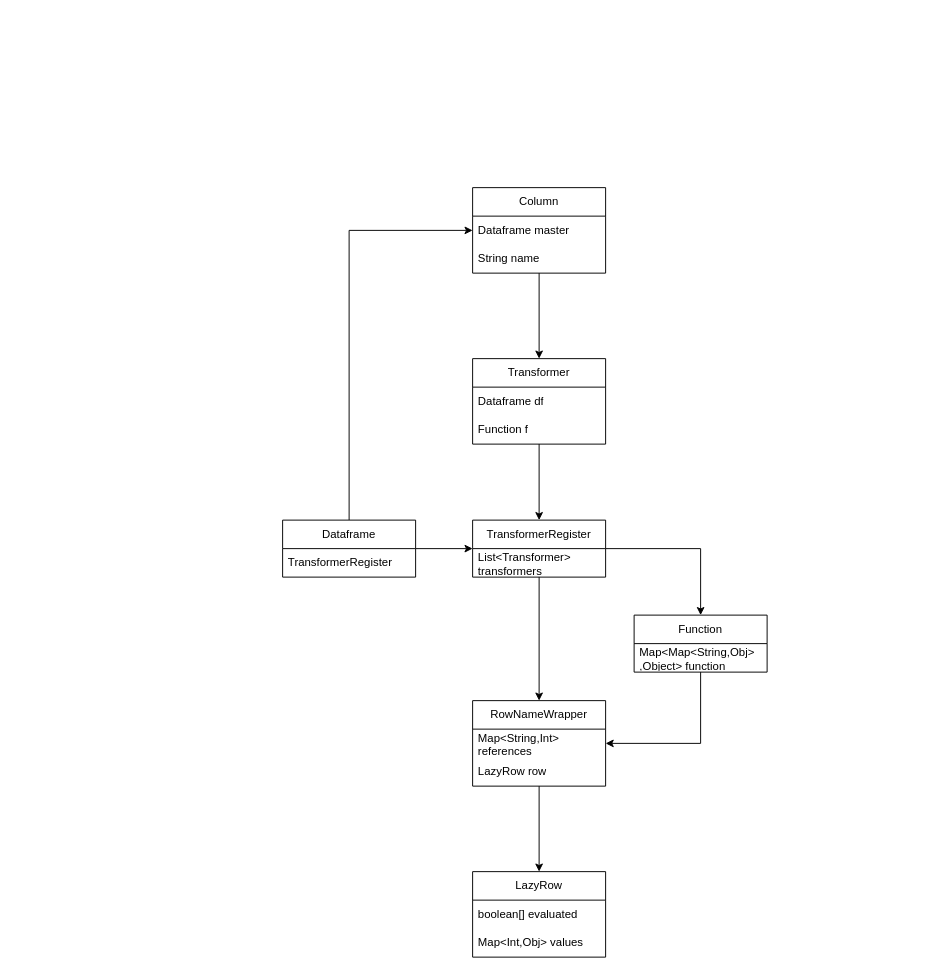
The draw.io diagram src/main/resources/model.drawio in Adrian-92/transformation-dataframe, before the edit. Source tidied: cells renumbered, new cells numbered last; positions are measured from the earlier drawing's top-left corner, leaving out a move shared by most shapes. Both pictures are drawn from the tidied source at 95%, with x=0, y=0 at pixel (282, 187).
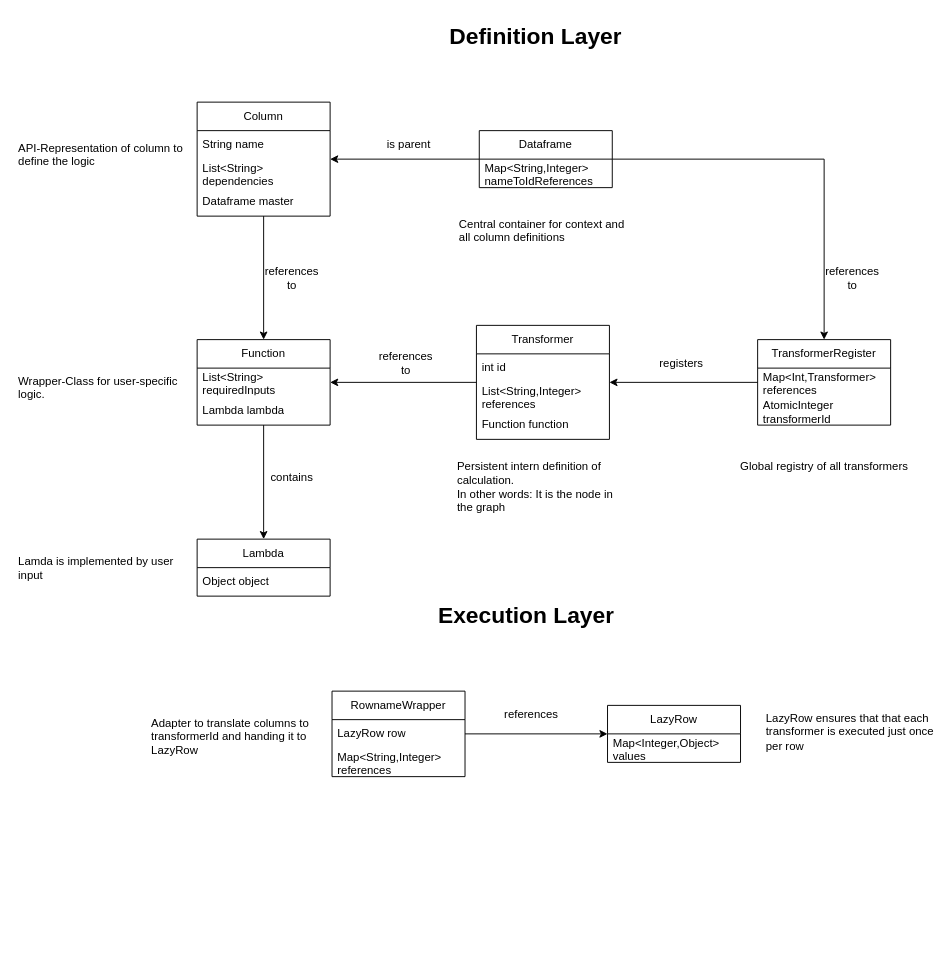
After the change.

Diff of the diagram source:
```diff
@@
-    <mxCell id="2" value="&lt;div&gt;LazyRow&lt;/div&gt;" style="swimlane;fontStyle=0;horizontal=1;startSize=30;whiteSpace=wrap;html=1;" parent="1" vertex="1">
-      <mxGeometry x="200" y="720" width="140" height="90" as="geometry" />
-    </mxCell>
-    <mxCell id="3" value="boolean[] evaluated" style="text;strokeColor=none;fillColor=none;align=left;verticalAlign=middle;spacingLeft=4;spacingRight=4;overflow=hidden;whiteSpace=wrap;html=1;" parent="2" vertex="1">
-      <mxGeometry y="30" width="140" height="30" as="geometry" />
-    </mxCell>
-    <mxCell id="4" value="Map&amp;lt;Int,Obj&amp;gt; values" style="text;strokeColor=none;fillColor=none;align=left;verticalAlign=middle;spacingLeft=4;spacingRight=4;overflow=hidden;whiteSpace=wrap;html=1;" parent="2" vertex="1">
-      <mxGeometry y="60" width="140" height="30" as="geometry" />
-    </mxCell>
-    <mxCell id="5" style="edgeStyle=orthogonalEdgeStyle;rounded=0;jettySize=auto;html=1;entryX=0.5;entryY=0;entryDx=0;entryDy=0;" parent="1" edge="1" source="6" target="2">
-      <mxGeometry relative="1" as="geometry" />
-    </mxCell>
-    <mxCell id="6" value="RowNameWrapper" style="swimlane;fontStyle=0;horizontal=1;startSize=30;whiteSpace=wrap;html=1;" parent="1" vertex="1">
-      <mxGeometry x="200" y="540" width="140" height="90" as="geometry" />
-    </mxCell>
-    <mxCell id="7" value="Map&amp;lt;String,Int&amp;gt; references" style="text;strokeColor=none;fillColor=none;align=left;verticalAlign=middle;spacingLeft=4;spacingRight=4;overflow=hidden;points=[[0,0.5],[1,0.5]];portConstraint=eastwest;whiteSpace=wrap;html=1;" parent="6" vertex="1">
-      <mxGeometry y="30" width="140" height="30" as="geometry" />
-    </mxCell>
-    <mxCell id="8" value="&lt;div&gt;LazyRow row&lt;/div&gt;" style="text;strokeColor=none;fillColor=none;align=left;verticalAlign=middle;spacingLeft=4;spacingRight=4;overflow=hidden;points=[[0,0.5],[1,0.5]];portConstraint=eastwest;whiteSpace=wrap;html=1;" parent="6" vertex="1">
-      <mxGeometry y="60" width="140" height="30" as="geometry" />
-    </mxCell>
-    <mxCell id="9" style="edgeStyle=orthogonalEdgeStyle;rounded=0;jettySize=auto;html=1;entryX=0.5;entryY=0;entryDx=0;entryDy=0;" parent="1" edge="1" source="10" target="22">
-      <mxGeometry relative="1" as="geometry" />
-    </mxCell>
-    <mxCell id="10" value="Transformer" style="swimlane;fontStyle=0;horizontal=1;startSize=30;whiteSpace=wrap;html=1;" parent="1" vertex="1">
-      <mxGeometry x="200" y="180" width="140" height="90" as="geometry" />
-    </mxCell>
-    <mxCell id="11" value="Dataframe df" style="text;strokeColor=none;fillColor=none;align=left;verticalAlign=middle;spacingLeft=4;spacingRight=4;overflow=hidden;whiteSpace=wrap;html=1;" parent="10" vertex="1">
-      <mxGeometry y="30" width="140" height="30" as="geometry" />
-    </mxCell>
-    <mxCell id="12" value="Function f" style="text;strokeColor=none;fillColor=none;align=left;verticalAlign=middle;spacingLeft=4;spacingRight=4;overflow=hidden;whiteSpace=wrap;html=1;" parent="10" vertex="1">
-      <mxGeometry y="60" width="140" height="30" as="geometry" />
-    </mxCell>
-    <mxCell id="13" style="edgeStyle=orthogonalEdgeStyle;rounded=0;jettySize=auto;html=1;entryX=1;entryY=0.5;entryDx=0;entryDy=0;" parent="1" edge="1" source="14" target="7">
-      <mxGeometry relative="1" as="geometry" />
-    </mxCell>
-    <mxCell id="14" value="Function" style="swimlane;fontStyle=0;horizontal=1;startSize=30;whiteSpace=wrap;html=1;" parent="1" vertex="1">
-      <mxGeometry x="370" y="450" width="140" height="60" as="geometry" />
-    </mxCell>
-    <mxCell id="15" value="&lt;div&gt;Map&amp;lt;Map&amp;lt;String,Obj&amp;gt;&lt;/div&gt;&lt;div&gt;,Object&amp;gt; function&lt;/div&gt;" style="text;strokeColor=none;fillColor=none;align=left;verticalAlign=middle;spacingLeft=4;spacingRight=4;overflow=hidden;whiteSpace=wrap;html=1;" parent="14" vertex="1">
-      <mxGeometry y="30" width="140" height="30" as="geometry" />
-    </mxCell>
-    <mxCell id="16" style="edgeStyle=orthogonalEdgeStyle;rounded=0;jettySize=auto;html=1;" parent="1" edge="1" source="17" target="10">
-      <mxGeometry relative="1" as="geometry" />
-    </mxCell>
-    <mxCell id="17" value="Column" style="swimlane;fontStyle=0;horizontal=1;startSize=30;whiteSpace=wrap;html=1;" parent="1" vertex="1">
-      <mxGeometry x="200" width="140" height="90" as="geometry" />
-    </mxCell>
-    <mxCell id="18" value="Dataframe master" style="text;strokeColor=none;fillColor=none;align=left;verticalAlign=middle;spacingLeft=4;spacingRight=4;overflow=hidden;points=[[0,0.5],[1,0.5]];portConstraint=eastwest;whiteSpace=wrap;html=1;" parent="17" vertex="1">
-      <mxGeometry y="30" width="140" height="30" as="geometry" />
-    </mxCell>
-    <mxCell id="19" value="String name" style="text;strokeColor=none;fillColor=none;align=left;verticalAlign=middle;spacingLeft=4;spacingRight=4;overflow=hidden;whiteSpace=wrap;html=1;" parent="17" vertex="1">
-      <mxGeometry y="60" width="140" height="30" as="geometry" />
-    </mxCell>
-    <mxCell id="20" style="edgeStyle=orthogonalEdgeStyle;rounded=0;jettySize=auto;html=1;" parent="1" edge="1" source="22" target="14">
-      <mxGeometry relative="1" as="geometry" />
-    </mxCell>
-    <mxCell id="21" style="edgeStyle=orthogonalEdgeStyle;rounded=0;jettySize=auto;html=1;entryX=0.5;entryY=0;entryDx=0;entryDy=0;" parent="1" edge="1" source="22" target="6">
-      <mxGeometry relative="1" as="geometry" />
-    </mxCell>
-    <mxCell id="22" value="TransformerRegister" style="swimlane;fontStyle=0;horizontal=1;startSize=30;whiteSpace=wrap;html=1;" parent="1" vertex="1">
-      <mxGeometry x="200" y="350" width="140" height="60" as="geometry" />
-    </mxCell>
-    <mxCell id="23" value="List&amp;lt;Transformer&amp;gt; transformers" style="text;strokeColor=none;fillColor=none;align=left;verticalAlign=middle;spacingLeft=4;spacingRight=4;overflow=hidden;whiteSpace=wrap;html=1;" parent="22" vertex="1">
-      <mxGeometry y="30" width="140" height="30" as="geometry" />
-    </mxCell>
-    <mxCell id="24" style="edgeStyle=orthogonalEdgeStyle;rounded=0;jettySize=auto;html=1;" parent="1" edge="1" source="26" target="18">
-      <mxGeometry relative="1" as="geometry" />
-    </mxCell>
+    <mxCell id="28" style="edgeStyle=orthogonalEdgeStyle;rounded=0;jettySize=auto;html=1;" parent="1" edge="1" source="26" target="17">
+      <mxGeometry relative="1" as="geometry" />
+    </mxCell>
@@
     <mxCell id="26" value="Dataframe" style="swimlane;fontStyle=0;horizontal=1;startSize=30;whiteSpace=wrap;html=1;" parent="1" vertex="1">
-      <mxGeometry y="350" width="140" height="60" as="geometry" />
+      <mxGeometry x="207" y="-60" width="140" height="60" as="geometry" />
     </mxCell>
-    <mxCell id="27" value="TransformerRegister" style="text;strokeColor=none;fillColor=none;align=left;verticalAlign=middle;spacingLeft=4;spacingRight=4;overflow=hidden;whiteSpace=wrap;html=1;" parent="26" vertex="1">
-      <mxGeometry y="30" width="140" height="30" as="geometry" />
-    </mxCell>
+    <mxCell id="29" value="&lt;div&gt;Map&amp;lt;String,Integer&amp;gt;&lt;/div&gt;&lt;div&gt;nameToIdReferences&lt;/div&gt;" style="text;strokeColor=none;fillColor=none;align=left;verticalAlign=middle;spacingLeft=4;spacingRight=4;overflow=hidden;whiteSpace=wrap;html=1;" parent="26" vertex="1">
+      <mxGeometry y="30" width="140" height="30" as="geometry" />
+    </mxCell>
+    <mxCell id="30" style="edgeStyle=orthogonalEdgeStyle;rounded=0;jettySize=auto;html=1;" parent="1" edge="1" source="17" target="14">
+      <mxGeometry relative="1" as="geometry" />
+    </mxCell>
+    <mxCell id="17" value="Column" style="swimlane;fontStyle=0;horizontal=1;startSize=30;whiteSpace=wrap;html=1;" parent="1" vertex="1">
+      <mxGeometry x="-90" y="-90" width="140" height="120" as="geometry" />
+    </mxCell>
+    <mxCell id="19" value="String name" style="text;strokeColor=none;fillColor=none;align=left;verticalAlign=middle;spacingLeft=4;spacingRight=4;overflow=hidden;whiteSpace=wrap;html=1;" parent="17" vertex="1">
+      <mxGeometry y="30" width="140" height="30" as="geometry" />
+    </mxCell>
+    <mxCell id="31" value="List&amp;lt;String&amp;gt; dependencies" style="text;strokeColor=none;fillColor=none;align=left;verticalAlign=middle;spacingLeft=4;spacingRight=4;overflow=hidden;whiteSpace=wrap;html=1;" parent="17" vertex="1">
+      <mxGeometry y="60" width="140" height="30" as="geometry" />
+    </mxCell>
+    <mxCell id="18" value="Dataframe master" style="text;strokeColor=none;fillColor=none;align=left;verticalAlign=middle;spacingLeft=4;spacingRight=4;overflow=hidden;points=[[0,0.5],[1,0.5]];portConstraint=eastwest;whiteSpace=wrap;html=1;" parent="17" vertex="1">
+      <mxGeometry y="90" width="140" height="30" as="geometry" />
+    </mxCell>
+    <mxCell id="32" style="edgeStyle=orthogonalEdgeStyle;rounded=0;jettySize=auto;html=1;" parent="1" edge="1" source="10" target="14">
+      <mxGeometry relative="1" as="geometry" />
+    </mxCell>
+    <mxCell id="10" value="Transformer" style="swimlane;fontStyle=0;horizontal=1;startSize=30;whiteSpace=wrap;html=1;" parent="1" vertex="1">
+      <mxGeometry x="204" y="145" width="140" height="120" as="geometry" />
+    </mxCell>
+    <mxCell id="33" value="int id" style="text;strokeColor=none;fillColor=none;align=left;verticalAlign=middle;spacingLeft=4;spacingRight=4;overflow=hidden;whiteSpace=wrap;html=1;" parent="10" vertex="1">
+      <mxGeometry y="30" width="140" height="30" as="geometry" />
+    </mxCell>
+    <mxCell id="34" value="List&amp;lt;String,Integer&amp;gt; references" style="text;strokeColor=none;fillColor=none;align=left;verticalAlign=middle;spacingLeft=4;spacingRight=4;overflow=hidden;whiteSpace=wrap;html=1;" parent="10" vertex="1">
+      <mxGeometry y="60" width="140" height="30" as="geometry" />
+    </mxCell>
+    <mxCell id="35" value="Function function" style="text;strokeColor=none;fillColor=none;align=left;verticalAlign=middle;spacingLeft=4;spacingRight=4;overflow=hidden;whiteSpace=wrap;html=1;" parent="10" vertex="1">
+      <mxGeometry y="90" width="140" height="30" as="geometry" />
+    </mxCell>
+    <mxCell id="36" style="edgeStyle=orthogonalEdgeStyle;rounded=0;jettySize=auto;html=1;entryX=0.5;entryY=0;entryDx=0;entryDy=0;" parent="1" edge="1" source="14" target="39">
+      <mxGeometry relative="1" as="geometry" />
+    </mxCell>
+    <mxCell id="14" value="Function" style="swimlane;fontStyle=0;horizontal=1;startSize=30;whiteSpace=wrap;html=1;" parent="1" vertex="1">
+      <mxGeometry x="-90" y="160" width="140" height="90" as="geometry" />
+    </mxCell>
+    <mxCell id="37" value="List&amp;lt;String&amp;gt; requiredInputs" style="text;strokeColor=none;fillColor=none;align=left;verticalAlign=middle;spacingLeft=4;spacingRight=4;overflow=hidden;whiteSpace=wrap;html=1;" parent="14" vertex="1">
+      <mxGeometry y="30" width="140" height="30" as="geometry" />
+    </mxCell>
+    <mxCell id="38" value="Lambda lambda" style="text;strokeColor=none;fillColor=none;align=left;verticalAlign=middle;spacingLeft=4;spacingRight=4;overflow=hidden;whiteSpace=wrap;html=1;" parent="14" vertex="1">
+      <mxGeometry y="60" width="140" height="30" as="geometry" />
+    </mxCell>
+    <mxCell id="39" value="Lambda" style="swimlane;fontStyle=0;horizontal=1;startSize=30;whiteSpace=wrap;html=1;" parent="1" vertex="1">
+      <mxGeometry x="-90" y="370" width="140" height="60" as="geometry" />
+    </mxCell>
+    <mxCell id="40" value="Object object" style="text;strokeColor=none;fillColor=none;align=left;verticalAlign=middle;spacingLeft=4;spacingRight=4;overflow=hidden;whiteSpace=wrap;html=1;" parent="39" vertex="1">
+      <mxGeometry y="30" width="140" height="30" as="geometry" />
+    </mxCell>
+    <mxCell id="41" style="edgeStyle=orthogonalEdgeStyle;rounded=0;jettySize=auto;html=1;" parent="1" edge="1" source="22" target="10">
+      <mxGeometry relative="1" as="geometry" />
+    </mxCell>
+    <mxCell id="22" value="TransformerRegister" style="swimlane;fontStyle=0;horizontal=1;startSize=30;whiteSpace=wrap;html=1;" parent="1" vertex="1">
+      <mxGeometry x="500" y="160" width="140" height="90" as="geometry" />
+    </mxCell>
+    <mxCell id="42" value="Map&amp;lt;Int,Transformer&amp;gt; references" style="text;strokeColor=none;fillColor=none;align=left;verticalAlign=middle;spacingLeft=4;spacingRight=4;overflow=hidden;whiteSpace=wrap;html=1;" parent="22" vertex="1">
+      <mxGeometry y="30" width="140" height="30" as="geometry" />
+    </mxCell>
+    <mxCell id="43" value="AtomicInteger transformerId" style="text;strokeColor=none;fillColor=none;align=left;verticalAlign=middle;spacingLeft=4;spacingRight=4;overflow=hidden;whiteSpace=wrap;html=1;" parent="22" vertex="1">
+      <mxGeometry y="60" width="140" height="30" as="geometry" />
+    </mxCell>
+    <mxCell id="44" value="is parent" style="text;html=1;whiteSpace=wrap;strokeColor=none;fillColor=none;align=center;verticalAlign=middle;rounded=0;" parent="1" vertex="1">
+      <mxGeometry x="103" y="-60" width="60" height="30" as="geometry" />
+    </mxCell>
+    <mxCell id="45" value="contains" style="text;html=1;whiteSpace=wrap;strokeColor=none;fillColor=none;align=center;verticalAlign=middle;rounded=0;" parent="1" vertex="1">
+      <mxGeometry x="-20" y="290" width="60" height="30" as="geometry" />
+    </mxCell>
+    <mxCell id="46" value="registers" style="text;html=1;whiteSpace=wrap;strokeColor=none;fillColor=none;align=center;verticalAlign=middle;rounded=0;" parent="1" vertex="1">
+      <mxGeometry x="390" y="170" width="60" height="30" as="geometry" />
+    </mxCell>
+    <mxCell id="47" value="references to" style="text;html=1;whiteSpace=wrap;strokeColor=none;fillColor=none;align=center;verticalAlign=middle;rounded=0;" parent="1" vertex="1">
+      <mxGeometry x="-20" y="80" width="60" height="30" as="geometry" />
+    </mxCell>
+    <mxCell id="48" value="references to" style="text;html=1;whiteSpace=wrap;strokeColor=none;fillColor=none;align=center;verticalAlign=middle;rounded=0;" parent="1" vertex="1">
+      <mxGeometry x="570" y="80" width="60" height="30" as="geometry" />
+    </mxCell>
+    <mxCell id="49" value="references to" style="text;html=1;whiteSpace=wrap;strokeColor=none;fillColor=none;align=center;verticalAlign=middle;rounded=0;" parent="1" vertex="1">
+      <mxGeometry x="100" y="170" width="60" height="30" as="geometry" />
+    </mxCell>
+    <mxCell id="50" value="&lt;h1 style=&quot;margin-top: 0px;&quot;&gt;Definition Layer&lt;/h1&gt;&lt;p&gt;&lt;br&gt;&lt;/p&gt;" style="text;html=1;whiteSpace=wrap;overflow=hidden;rounded=0;" parent="1" vertex="1">
+      <mxGeometry x="174" y="-180" width="200" height="120" as="geometry" />
+    </mxCell>
+    <mxCell id="51" value="&lt;h1 style=&quot;margin-top: 0px;&quot;&gt;Execution Layer&lt;/h1&gt;&lt;p&gt;&lt;br&gt;&lt;/p&gt;" style="text;html=1;whiteSpace=wrap;overflow=hidden;rounded=0;" parent="1" vertex="1">
+      <mxGeometry x="162" y="430" width="200" height="120" as="geometry" />
+    </mxCell>
+    <mxCell id="52" value="RownameWrapper" style="swimlane;fontStyle=0;horizontal=1;startSize=30;whiteSpace=wrap;html=1;" parent="1" vertex="1">
+      <mxGeometry x="52" y="530" width="140" height="90" as="geometry" />
+    </mxCell>
+    <mxCell id="8" value="LazyRow row" style="text;strokeColor=none;fillColor=none;align=left;verticalAlign=middle;spacingLeft=4;spacingRight=4;overflow=hidden;points=[[0,0.5],[1,0.5]];portConstraint=eastwest;whiteSpace=wrap;html=1;" parent="52" vertex="1">
+      <mxGeometry y="30" width="140" height="30" as="geometry" />
+    </mxCell>
+    <mxCell id="53" value="Map&amp;lt;String,Integer&amp;gt; references" style="text;strokeColor=none;fillColor=none;align=left;verticalAlign=middle;spacingLeft=4;spacingRight=4;overflow=hidden;whiteSpace=wrap;html=1;" parent="52" vertex="1">
+      <mxGeometry y="60" width="140" height="30" as="geometry" />
+    </mxCell>
+    <mxCell id="2" value="LazyRow" style="swimlane;fontStyle=0;horizontal=1;startSize=30;whiteSpace=wrap;html=1;" parent="1" vertex="1">
+      <mxGeometry x="342" y="545" width="140" height="60" as="geometry" />
+    </mxCell>
+    <mxCell id="54" value="&lt;div&gt;Map&amp;lt;Integer,Object&amp;gt;&lt;/div&gt;&lt;div&gt;values&lt;/div&gt;" style="text;strokeColor=none;fillColor=none;align=left;verticalAlign=middle;spacingLeft=4;spacingRight=4;overflow=hidden;whiteSpace=wrap;html=1;" parent="2" vertex="1">
+      <mxGeometry y="30" width="140" height="30" as="geometry" />
+    </mxCell>
+    <mxCell id="55" style="edgeStyle=orthogonalEdgeStyle;rounded=0;jettySize=auto;html=1;" parent="1" edge="1" source="8" target="2">
+      <mxGeometry relative="1" as="geometry" />
+    </mxCell>
+    <mxCell id="56" value="references" style="text;html=1;whiteSpace=wrap;strokeColor=none;fillColor=none;align=center;verticalAlign=middle;rounded=0;" parent="1" vertex="1">
+      <mxGeometry x="232" y="540" width="60" height="30" as="geometry" />
+    </mxCell>
+    <mxCell id="57" value="&lt;h1 style=&quot;margin-top: 0px;&quot;&gt;&lt;br&gt;&lt;/h1&gt;&lt;p&gt;LazyRow ensures that that each transformer is executed just once per row&lt;/p&gt;" style="text;html=1;whiteSpace=wrap;overflow=hidden;rounded=0;" parent="1" vertex="1">
+      <mxGeometry x="507" y="500" width="180" height="120" as="geometry" />
+    </mxCell>
+    <mxCell id="58" value="Adapter to translate columns to transformerId and handing it to LazyRow&amp;nbsp;" style="text;html=1;whiteSpace=wrap;overflow=hidden;rounded=0;" parent="1" vertex="1">
+      <mxGeometry x="-140" y="550" width="180" height="120" as="geometry" />
+    </mxCell>
+    <mxCell id="59" value="Lamda is implemented by user input" style="text;html=1;whiteSpace=wrap;overflow=hidden;rounded=0;" parent="1" vertex="1">
+      <mxGeometry x="-280" y="380" width="180" height="120" as="geometry" />
+    </mxCell>
+    <mxCell id="60" value="&lt;div&gt;Persistent intern definition of calculation.&amp;nbsp;&lt;/div&gt;&lt;div&gt;In other words: It is the node in the graph&lt;/div&gt;" style="text;html=1;whiteSpace=wrap;overflow=hidden;rounded=0;" parent="1" vertex="1">
+      <mxGeometry x="182" y="280" width="180" height="120" as="geometry" />
+    </mxCell>
+    <mxCell id="61" value="API-Representation of column to define the logic" style="text;html=1;whiteSpace=wrap;overflow=hidden;rounded=0;" parent="1" vertex="1">
+      <mxGeometry x="-280" y="-55" width="180" height="50" as="geometry" />
+    </mxCell>
+    <mxCell id="62" value="Wrapper-Class for user-specific logic." style="text;html=1;whiteSpace=wrap;overflow=hidden;rounded=0;" parent="1" vertex="1">
+      <mxGeometry x="-280" y="190" width="180" height="120" as="geometry" />
+    </mxCell>
+    <mxCell id="63" value="Global registry of all transformers" style="text;html=1;whiteSpace=wrap;overflow=hidden;rounded=0;" parent="1" vertex="1">
+      <mxGeometry x="480" y="280" width="180" height="120" as="geometry" />
+    </mxCell>
+    <mxCell id="64" value="Central container for context and all column definitions&amp;nbsp;" style="text;html=1;whiteSpace=wrap;overflow=hidden;rounded=0;" parent="1" vertex="1">
+      <mxGeometry x="184" y="25" width="180" height="120" as="geometry" />
+    </mxCell>
```
